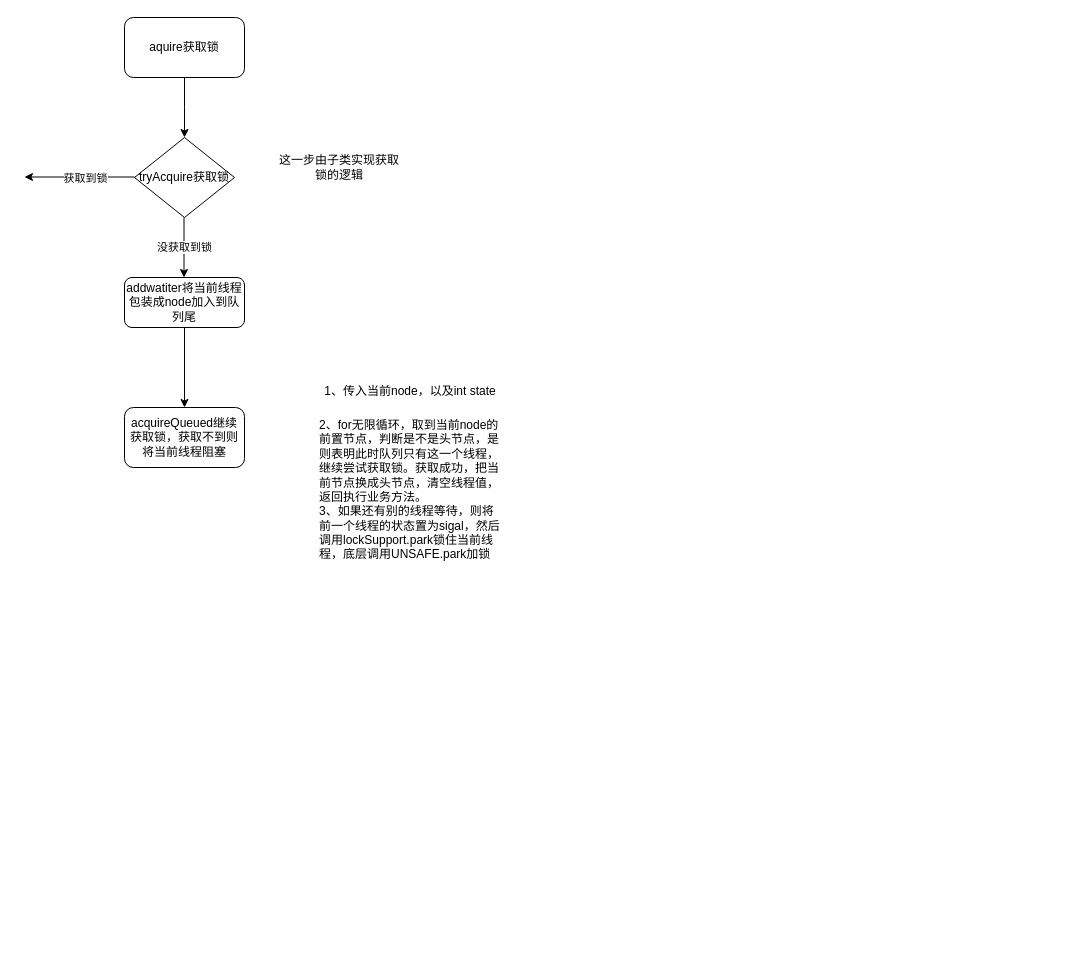
This is aqs.drawio from qinhaohao1114/my-draw, a draw.io file, before an edit. Source tidied: cells renumbered, new cells numbered last; positions are measured from the earlier drawing's top-left corner, leaving out a move shared by most shapes. Both pictures are drawn from the tidied source at 100%, with x=0, y=0 at pixel (24, 17).
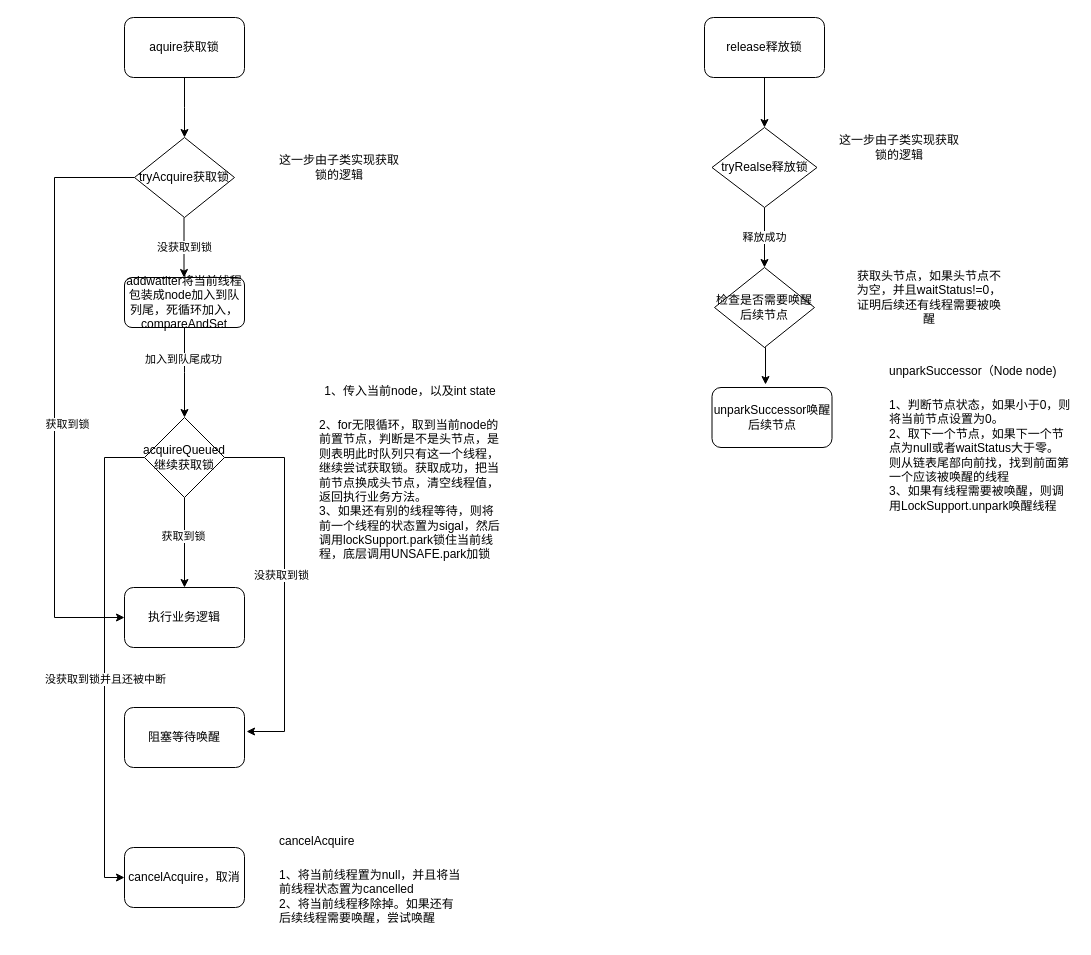
After the change.

The edit, as a diff of the source:
```diff
@@
-    <mxCell id="5" style="edgeStyle=orthogonalEdgeStyle;rounded=0;orthogonalLoop=1;jettySize=auto;html=1;exitX=0;exitY=0.5;exitDx=0;exitDy=0;" parent="1" edge="1">
+    <mxCell id="5" style="edgeStyle=orthogonalEdgeStyle;rounded=0;jettySize=auto;html=1;exitX=0;exitY=0.5;exitDx=0;exitDy=0;entryX=0;entryY=0.5;entryDx=0;entryDy=0;" parent="1" edge="1" target="14">
       <mxGeometry relative="1" as="geometry">
-        <mxPoint x="110" y="159.5" as="sourcePoint" />
-        <mxPoint y="159.5" as="targetPoint" />
+        <mxPoint x="110" y="160" as="sourcePoint" />
+        <Array as="points">
+          <mxPoint x="30" y="160" />
+          <mxPoint x="30" y="600" />
+        </Array>
       </mxGeometry>
     </mxCell>
@@
-    <mxCell id="9" style="edgeStyle=orthogonalEdgeStyle;rounded=0;jettySize=auto;html=1;entryX=0.5;entryY=0;entryDx=0;entryDy=0;" parent="1" edge="1" source="10" target="11">
-      <mxGeometry relative="1" as="geometry" />
+    <mxCell id="9" style="edgeStyle=orthogonalEdgeStyle;rounded=0;jettySize=auto;html=1;entryX=0.5;entryY=0;entryDx=0;entryDy=0;" parent="1" edge="1" source="10">
+      <mxGeometry relative="1" as="geometry">
+        <mxPoint x="160" y="400" as="targetPoint" />
+      </mxGeometry>
     </mxCell>
+    <mxCell id="13" value="加入到队尾成功" style="edgeLabel;html=1;align=center;verticalAlign=middle;" parent="9" vertex="1">
+      <mxGeometry x="-0.31" y="-2" relative="1" as="geometry" />
+    </mxCell>
-    <mxCell id="10" value="addwatiter将当前线程包装成node加入到队列尾" style="rounded=1;whiteSpace=wrap;html=1;" parent="1" vertex="1">
+    <mxCell id="10" value="addwatiter将当前线程包装成node加入到队列尾，死循环加入，compareAndSet" style="rounded=1;whiteSpace=wrap;html=1;" parent="1" vertex="1">
       <mxGeometry x="100" y="260" width="120" height="50" as="geometry" />
     </mxCell>
-    <mxCell id="11" value="acquireQueued继续获取锁，获取不到则将当前线程阻塞" style="rounded=1;whiteSpace=wrap;html=1;" parent="1" vertex="1">
-      <mxGeometry x="100" y="390" width="120" height="60" as="geometry" />
-    </mxCell>
@@
+    <mxCell id="14" value="执行业务逻辑" style="rounded=1;whiteSpace=wrap;html=1;" parent="1" vertex="1">
+      <mxGeometry x="100" y="570" width="120" height="60" as="geometry" />
+    </mxCell>
+    <mxCell id="15" style="edgeStyle=orthogonalEdgeStyle;rounded=0;jettySize=auto;html=1;entryX=0.5;entryY=0;entryDx=0;entryDy=0;" parent="1" edge="1" source="21" target="14">
+      <mxGeometry relative="1" as="geometry" />
+    </mxCell>
+    <mxCell id="16" value="获取到锁" style="edgeLabel;html=1;align=center;verticalAlign=middle;" parent="15" vertex="1">
+      <mxGeometry x="-0.16" y="-2" relative="1" as="geometry" />
+    </mxCell>
+    <mxCell id="17" style="edgeStyle=orthogonalEdgeStyle;rounded=0;jettySize=auto;html=1;exitX=1;exitY=0.5;exitDx=0;exitDy=0;entryX=1.017;entryY=0.4;entryDx=0;entryDy=0;entryPerimeter=0;" parent="1" edge="1" source="21" target="22">
+      <mxGeometry relative="1" as="geometry">
+        <Array as="points">
+          <mxPoint x="260" y="440" />
+          <mxPoint x="260" y="714" />
+        </Array>
+      </mxGeometry>
+    </mxCell>
+    <mxCell id="18" value="没获取到锁" style="edgeLabel;html=1;align=center;verticalAlign=middle;" parent="17" vertex="1">
+      <mxGeometry x="-0.05" y="-4" relative="1" as="geometry" />
+    </mxCell>
+    <mxCell id="19" style="edgeStyle=orthogonalEdgeStyle;rounded=0;jettySize=auto;html=1;entryX=0;entryY=0.5;entryDx=0;entryDy=0;" parent="1" edge="1" source="21" target="33">
+      <mxGeometry relative="1" as="geometry">
+        <Array as="points">
+          <mxPoint x="80" y="440" />
+          <mxPoint x="80" y="860" />
+        </Array>
+      </mxGeometry>
+    </mxCell>
+    <mxCell id="20" value="没获取到锁并且还被中断" style="edgeLabel;html=1;align=center;verticalAlign=middle;" parent="19" vertex="1">
+      <mxGeometry x="0.22" y="-4" relative="1" as="geometry">
+        <mxPoint x="4" y="-32" as="offset" />
+      </mxGeometry>
+    </mxCell>
+    <mxCell id="21" value="&lt;span&gt;acquireQueued继续获取锁&lt;/span&gt;" style="rhombus;whiteSpace=wrap;html=1;" parent="1" vertex="1">
+      <mxGeometry x="120" y="400" width="80" height="80" as="geometry" />
+    </mxCell>
+    <mxCell id="22" value="阻塞等待唤醒" style="rounded=1;whiteSpace=wrap;html=1;" parent="1" vertex="1">
+      <mxGeometry x="100" y="690" width="120" height="60" as="geometry" />
+    </mxCell>
+    <mxCell id="23" style="edgeStyle=orthogonalEdgeStyle;rounded=0;jettySize=auto;html=1;entryX=0.5;entryY=0;entryDx=0;entryDy=0;" parent="1" edge="1" source="24" target="26">
+      <mxGeometry relative="1" as="geometry" />
+    </mxCell>
+    <mxCell id="24" value="release释放锁" style="rounded=1;whiteSpace=wrap;html=1;" parent="1" vertex="1">
+      <mxGeometry x="680" width="120" height="60" as="geometry" />
+    </mxCell>
+    <mxCell id="25" value="释放成功" style="edgeStyle=orthogonalEdgeStyle;rounded=0;jettySize=auto;html=1;" parent="1" edge="1" source="26">
+      <mxGeometry relative="1" as="geometry">
+        <mxPoint x="740" y="250" as="targetPoint" />
+      </mxGeometry>
+    </mxCell>
+    <mxCell id="26" value="tryRealse释放锁" style="rhombus;whiteSpace=wrap;html=1;" parent="1" vertex="1">
+      <mxGeometry x="687.5" y="110" width="105" height="80" as="geometry" />
+    </mxCell>
+    <mxCell id="27" value="这一步由子类实现获取锁的逻辑" style="text;html=1;strokeColor=none;fillColor=none;align=center;verticalAlign=middle;whiteSpace=wrap;rounded=0;" parent="1" vertex="1">
+      <mxGeometry x="810" y="120" width="130" height="20" as="geometry" />
+    </mxCell>
+    <mxCell id="28" value="获取头节点，如果头节点不为空，并且waitStatus!=0，证明后续还有线程需要被唤醒" style="text;html=1;strokeColor=none;fillColor=none;align=center;verticalAlign=middle;whiteSpace=wrap;rounded=0;" parent="1" vertex="1">
+      <mxGeometry x="830" y="270" width="150" height="20" as="geometry" />
+    </mxCell>
+    <mxCell id="29" style="edgeStyle=orthogonalEdgeStyle;rounded=0;jettySize=auto;html=1;exitX=0.5;exitY=1;exitDx=0;exitDy=0;entryX=0.446;entryY=-0.05;entryDx=0;entryDy=0;entryPerimeter=0;" parent="1" edge="1" source="30" target="31">
+      <mxGeometry relative="1" as="geometry" />
+    </mxCell>
+    <mxCell id="30" value="&lt;span&gt;检查是否需要唤醒后续节点&lt;/span&gt;" style="rhombus;whiteSpace=wrap;html=1;" parent="1" vertex="1">
+      <mxGeometry x="690" y="250" width="100" height="80" as="geometry" />
+    </mxCell>
+    <mxCell id="31" value="unparkSuccessor唤醒后续节点" style="rounded=1;whiteSpace=wrap;html=1;" parent="1" vertex="1">
+      <mxGeometry x="687.5" y="370" width="120" height="60" as="geometry" />
+    </mxCell>
+    <mxCell id="32" value="&lt;h1&gt;&lt;span style=&quot;font-size: 12px ; font-weight: 400 ; text-align: center&quot;&gt;unparkSuccessor（Node node)&lt;/span&gt;&lt;br&gt;&lt;/h1&gt;&lt;div&gt;&lt;span style=&quot;font-size: 12px ; font-weight: 400 ; text-align: center&quot;&gt;1、判断节点状态，如果小于0，则将当前节点设置为0。&lt;/span&gt;&lt;/div&gt;&lt;div&gt;&lt;span style=&quot;font-size: 12px ; font-weight: 400 ; text-align: center&quot;&gt;2、取下一个节点，如果下一个节点为null或者waitStatus大于零。则从链表尾部向前找，找到前面第一个应该被唤醒的线程&lt;/span&gt;&lt;/div&gt;&lt;div&gt;&lt;span style=&quot;font-size: 12px ; font-weight: 400 ; text-align: center&quot;&gt;3、如果有线程需要被唤醒，则调用LockSupport.unpark唤醒线程&lt;/span&gt;&lt;/div&gt;" style="text;html=1;strokeColor=none;fillColor=none;spacing=5;spacingTop=-20;whiteSpace=wrap;overflow=hidden;rounded=0;" parent="1" vertex="1">
+      <mxGeometry x="860" y="330" width="190" height="170" as="geometry" />
+    </mxCell>
+    <mxCell id="33" value="cancelAcquire，取消" style="rounded=1;whiteSpace=wrap;html=1;" parent="1" vertex="1">
+      <mxGeometry x="100" y="830" width="120" height="60" as="geometry" />
+    </mxCell>
+    <mxCell id="34" value="&lt;h1&gt;&lt;span style=&quot;font-size: 12px ; font-weight: 400 ; text-align: center&quot;&gt;cancelAcquire&lt;/span&gt;&lt;br&gt;&lt;/h1&gt;&lt;div&gt;&lt;span style=&quot;font-size: 12px ; font-weight: 400 ; text-align: center&quot;&gt;1、将当前线程置为null，并且将当前线程状态置为cancelled&lt;/span&gt;&lt;/div&gt;&lt;div&gt;&lt;span style=&quot;font-size: 12px ; font-weight: 400 ; text-align: center&quot;&gt;2、将当前线程移除掉。如果还有后续线程需要唤醒，尝试唤醒&lt;/span&gt;&lt;/div&gt;" style="text;html=1;strokeColor=none;fillColor=none;spacing=5;spacingTop=-20;whiteSpace=wrap;overflow=hidden;rounded=0;" parent="1" vertex="1">
+      <mxGeometry x="250" y="800" width="190" height="120" as="geometry" />
+    </mxCell>
```
